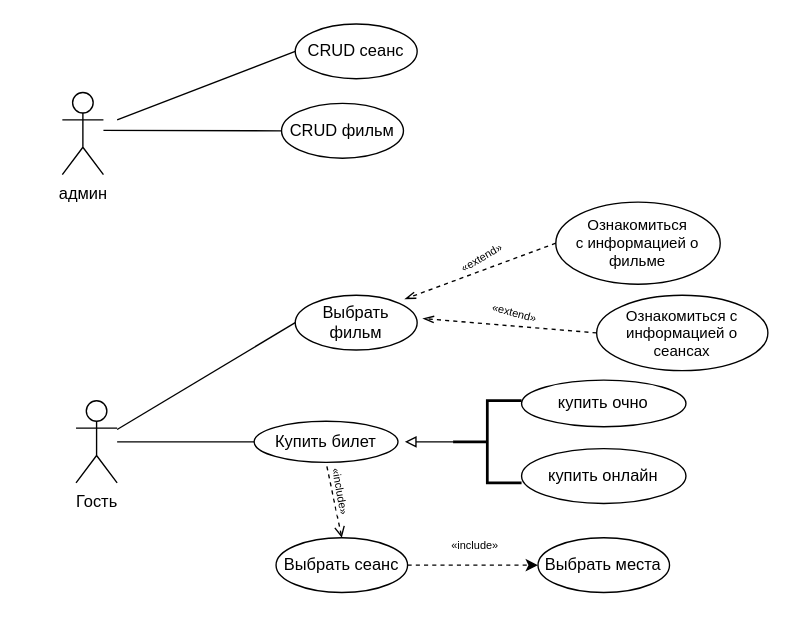
Above: page "Собственный кинотеатр" (1 of 3) of Диаграммы_вариантов_использования.drawio in ANDaniell/-design-practice (draw.io), before the change. Source tidied: cells renumbered, new cells numbered last; positions are measured from the earlier drawing's top-left corner, leaving out a move shared by most shapes. Both pictures are drawn from the tidied source at 137%, with x=0, y=0 at pixel (62, 23).
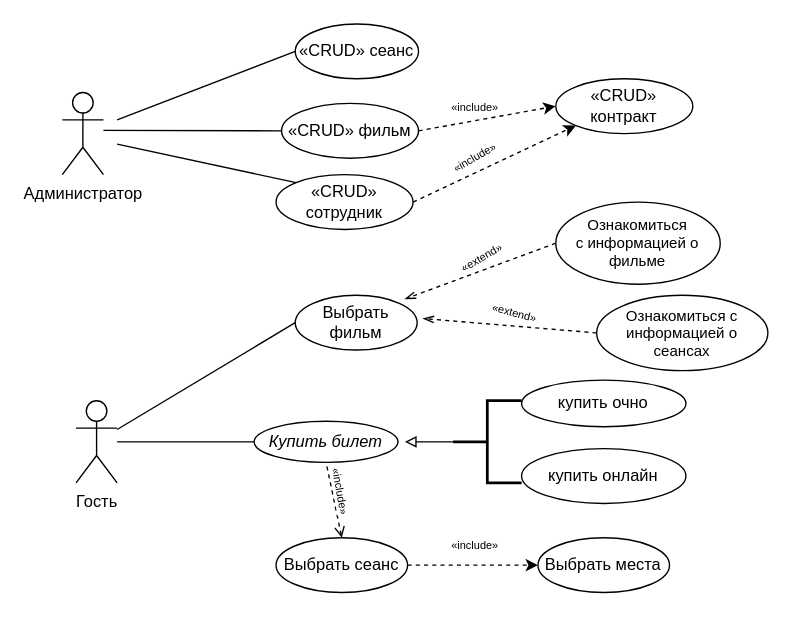
The same page after the edit.

The edit, as a diff of the source:
```diff
@@
-    <mxCell id="3" value="Купить билет" style="ellipse;whiteSpace=wrap;html=1;fontSize=12;" parent="1" vertex="1">
+    <mxCell id="3" value="&lt;i&gt;Купить билет&lt;/i&gt;" style="ellipse;whiteSpace=wrap;html=1;fontSize=12;" parent="1" vertex="1">
       <mxGeometry x="140" y="290" width="105" height="30" as="geometry" />
     </mxCell>
@@
-    <mxCell id="24" value="админ" style="shape=umlActor;verticalLabelPosition=bottom;verticalAlign=top;html=1;" parent="1" vertex="1">
+    <mxCell id="24" value="Администратор" style="shape=umlActor;verticalLabelPosition=bottom;verticalAlign=top;html=1;" parent="1" vertex="1">
       <mxGeometry y="50" width="30" height="60" as="geometry" />
     </mxCell>
-    <mxCell id="25" value="CRUD фильм" style="ellipse;whiteSpace=wrap;html=1;" parent="1" vertex="1">
-      <mxGeometry x="160" y="58" width="89" height="40" as="geometry" />
+    <mxCell id="25" value="«CRUD» фильм" style="ellipse;whiteSpace=wrap;html=1;" parent="1" vertex="1">
+      <mxGeometry x="160" y="58" width="100" height="40" as="geometry" />
     </mxCell>
@@
-    <mxCell id="28" value="CRUD сеанс" style="ellipse;whiteSpace=wrap;html=1;" parent="1" vertex="1">
-      <mxGeometry x="170" width="89" height="40" as="geometry" />
+    <mxCell id="28" value="«CRUD» сеанс" style="ellipse;whiteSpace=wrap;html=1;" parent="1" vertex="1">
+      <mxGeometry x="170" width="90" height="40" as="geometry" />
     </mxCell>
+    <mxCell id="29" value="«CRUD» сотрудник" style="ellipse;whiteSpace=wrap;html=1;" parent="1" vertex="1">
+      <mxGeometry x="156" y="110" width="100" height="40" as="geometry" />
+    </mxCell>
+    <mxCell id="30" style="endArrow=none;html=1;rounded=0;entryX=0;entryY=0;entryDx=0;entryDy=0;" parent="1" edge="1" target="29">
+      <mxGeometry relative="1" as="geometry">
+        <mxPoint x="40" y="87.7" as="sourcePoint" />
+      </mxGeometry>
+    </mxCell>
+    <mxCell id="31" value="«CRUD» контракт" style="ellipse;whiteSpace=wrap;html=1;" parent="1" vertex="1">
+      <mxGeometry x="360.2" y="40" width="100" height="40" as="geometry" />
+    </mxCell>
+    <mxCell id="32" style="rounded=0;jettySize=auto;html=1;dashed=1;exitX=1;exitY=0.5;exitDx=0;exitDy=0;" parent="1" edge="1" source="25">
+      <mxGeometry relative="1" as="geometry">
+        <mxPoint x="360" y="60" as="targetPoint" />
+      </mxGeometry>
+    </mxCell>
+    <mxCell id="33" style="rounded=0;jettySize=auto;html=1;dashed=1;entryX=0;entryY=1;entryDx=0;entryDy=0;exitX=1;exitY=0.5;exitDx=0;exitDy=0;" parent="1" edge="1" source="29" target="31">
+      <mxGeometry relative="1" as="geometry" />
+    </mxCell>
+    <mxCell id="34" value="«include»" style="edgeLabel;html=1;align=center;verticalAlign=middle;rotation=0;fontSize=8;" parent="1" vertex="1">
+      <mxGeometry x="300" y="60" as="geometry" />
+    </mxCell>
+    <mxCell id="35" value="«include»" style="edgeLabel;html=1;align=center;verticalAlign=middle;rotation=-30;fontSize=8;" parent="1" vertex="1">
+      <mxGeometry x="300" y="98" as="geometry" />
+    </mxCell>
```
